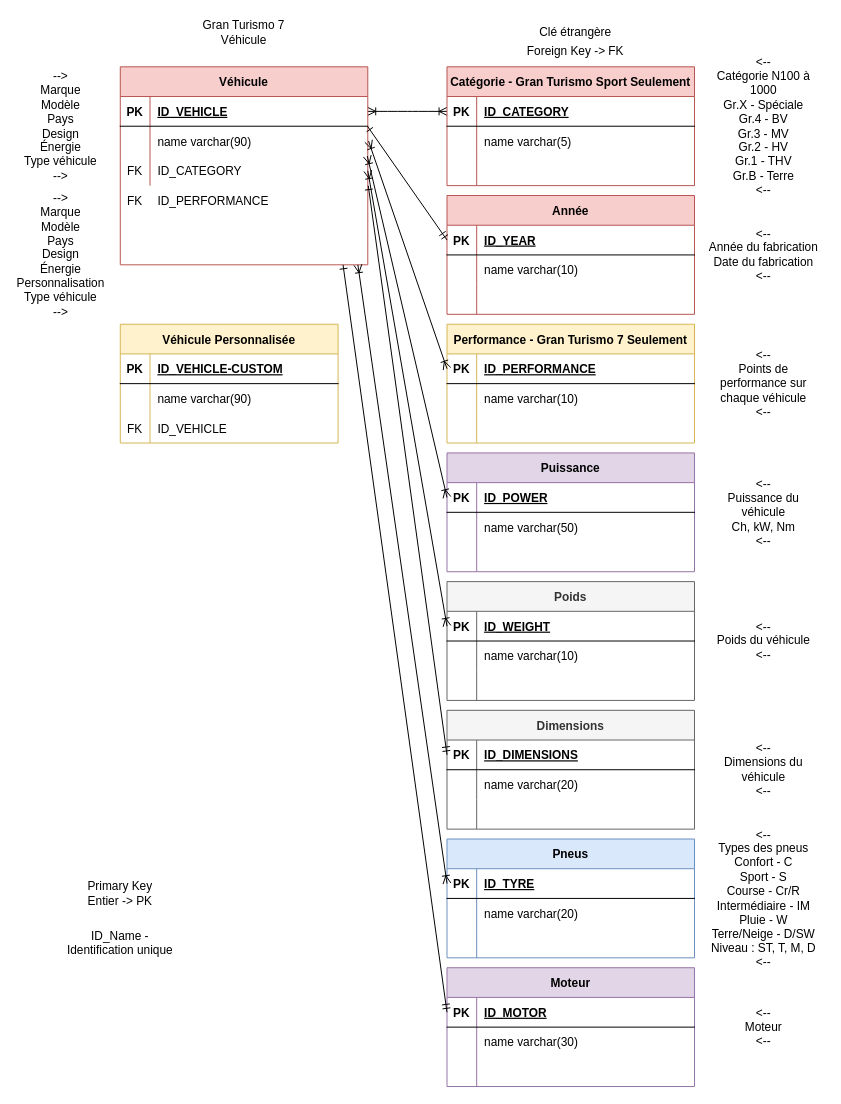
Before: Diagramme 0.drawio in mbacc69005Branly/BTS2-CIEL-IR-MCD-2024-2025, a draw.io diagram. Source tidied: cells renumbered, new cells numbered last; positions are measured from the earlier drawing's top-left corner, leaving out a move shared by most shapes. Both pictures are drawn from the tidied source at 99%, with x=0, y=0 at pixel (21, 17).
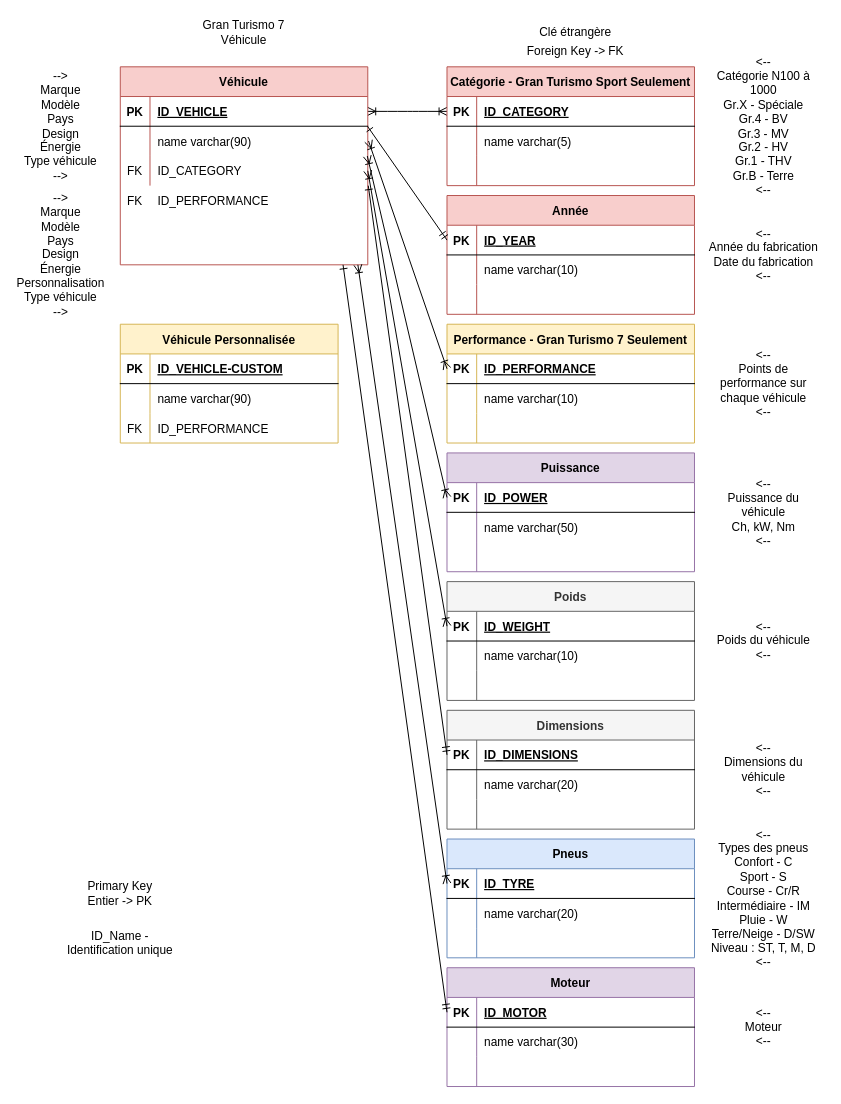
The same diagram, later.

Commit message:
Détailer Véhicule GT Diagramme 0.drawio

Unchanged cells that the change refers to:
```xml
<mxCell id="118" style="shape=partialRectangle;fillColor=none;top=0;left=0;right=0;bottom=0;" parent="111" vertex="1">
  <mxGeometry y="90" width="220" height="30" as="geometry" />
</mxCell>
```

Diff of the diagram source:
```diff
@@
-    <mxCell id="120" value="ID_VEHICLE" style="shape=partialRectangle;overflow=hidden;fillColor=none;top=0;left=0;bottom=0;right=0;align=left;spacingLeft=6;" parent="118" vertex="1">
+    <mxCell id="120" value="ID_PERFORMANCE" style="shape=partialRectangle;overflow=hidden;fillColor=none;top=0;left=0;bottom=0;right=0;align=left;spacingLeft=6;" parent="118" vertex="1">
       <mxGeometry x="30" width="190" height="30" as="geometry" />
     </mxCell>
```
